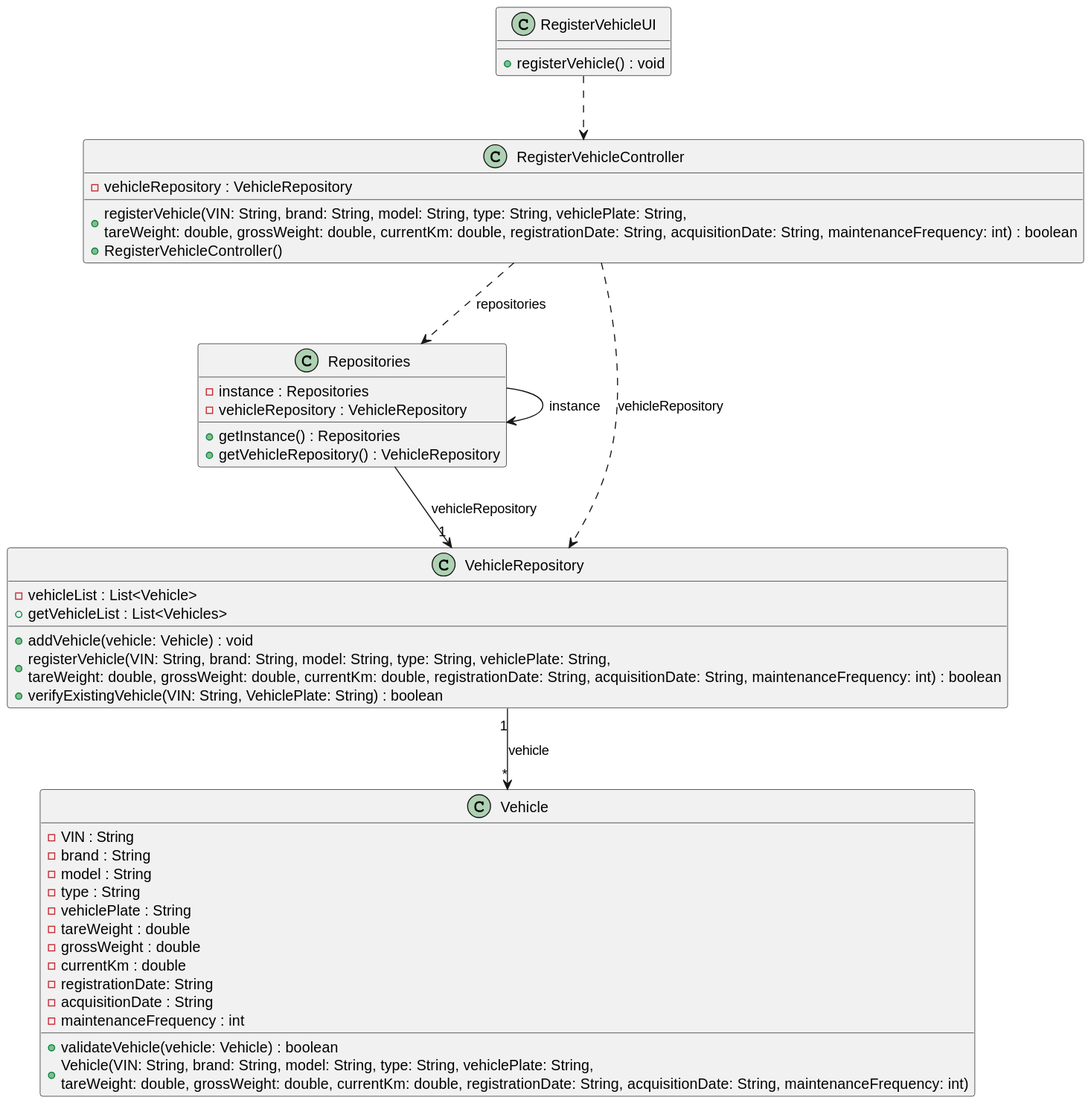
This is docs/sprintB/us006/03.design/svg/us006-class-diagram.svg from ricardomm7/leaflink, a PlantUML export, as it was before one commit.
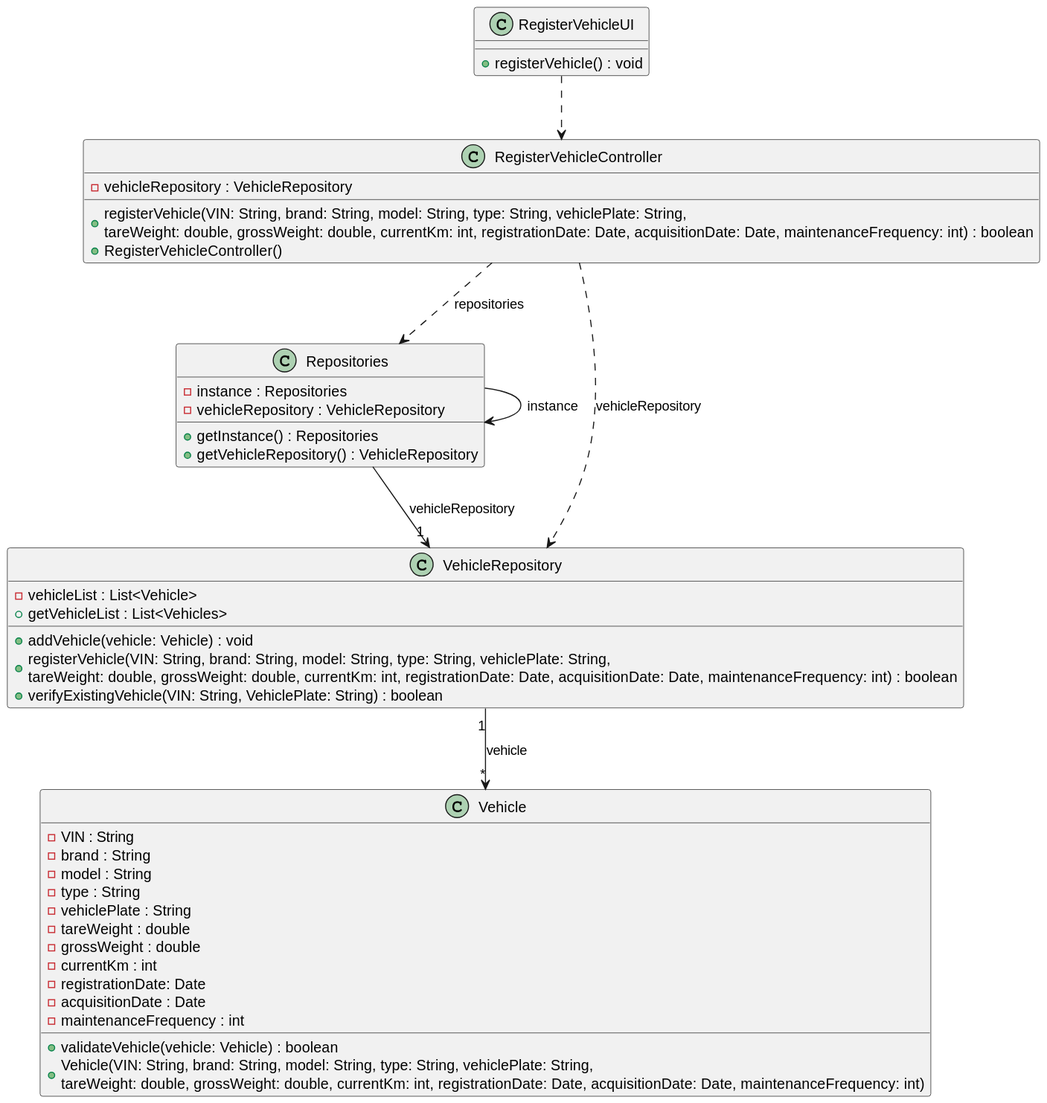
Later version of the same file.

Change to the diagram source:
```diff
@@ -9,7 +9,7 @@
 
     class RegisterVehicleController {
         - vehicleRepository : VehicleRepository
-        + registerVehicle(VIN: String, brand: String, model: String, type: String, vehiclePlate: String, \ntareWeight: double, grossWeight: double, currentKm: double, registrationDate: String, acquisitionDate: String, maintenanceFrequency: int) : boolean
+        + registerVehicle(VIN: String, brand: String, model: String, type: String, vehiclePlate: String, \ntareWeight: double, grossWeight: double, currentKm: int, registrationDate: Date, acquisitionDate: Date, maintenanceFrequency: int) : boolean
         + RegisterVehicleController()
     }
 
@@ -24,7 +24,7 @@
         - vehicleList : List<Vehicle>
         + getVehicleList : List<Vehicles>
         + addVehicle(vehicle: Vehicle) : void
-        + registerVehicle(VIN: String, brand: String, model: String, type: String, vehiclePlate: String, \ntareWeight: double, grossWeight: double, currentKm: double, registrationDate: String, acquisitionDate: String, maintenanceFrequency: int) : boolean
+        + registerVehicle(VIN: String, brand: String, model: String, type: String, vehiclePlate: String, \ntareWeight: double, grossWeight: double, currentKm: int, registrationDate: Date, acquisitionDate: Date, maintenanceFrequency: int) : boolean
         + verifyExistingVehicle(VIN: String, VehiclePlate: String) : boolean
     }
 
@@ -36,13 +36,13 @@
         - vehiclePlate : String
         - tareWeight : double
         - grossWeight : double
-        - currentKm : double
-        - registrationDate: String
-        - acquisitionDate : String
+        - currentKm : int
+        - registrationDate: Date
+        - acquisitionDate : Date
         - maintenanceFrequency : int
 
         + validateVehicle(vehicle: Vehicle) : boolean
-        + Vehicle(VIN: String, brand: String, model: String, type: String, vehiclePlate: String, \ntareWeight: double, grossWeight: double, currentKm: double, registrationDate: String, acquisitionDate: String, maintenanceFrequency: int)
+        + Vehicle(VIN: String, brand: String, model: String, type: String, vehiclePlate: String, \ntareWeight: double, grossWeight: double, currentKm: int, registrationDate: Date, acquisitionDate: Date, maintenanceFrequency: int)
     }
 
 RegisterVehicleUI ..> RegisterVehicleController
```
